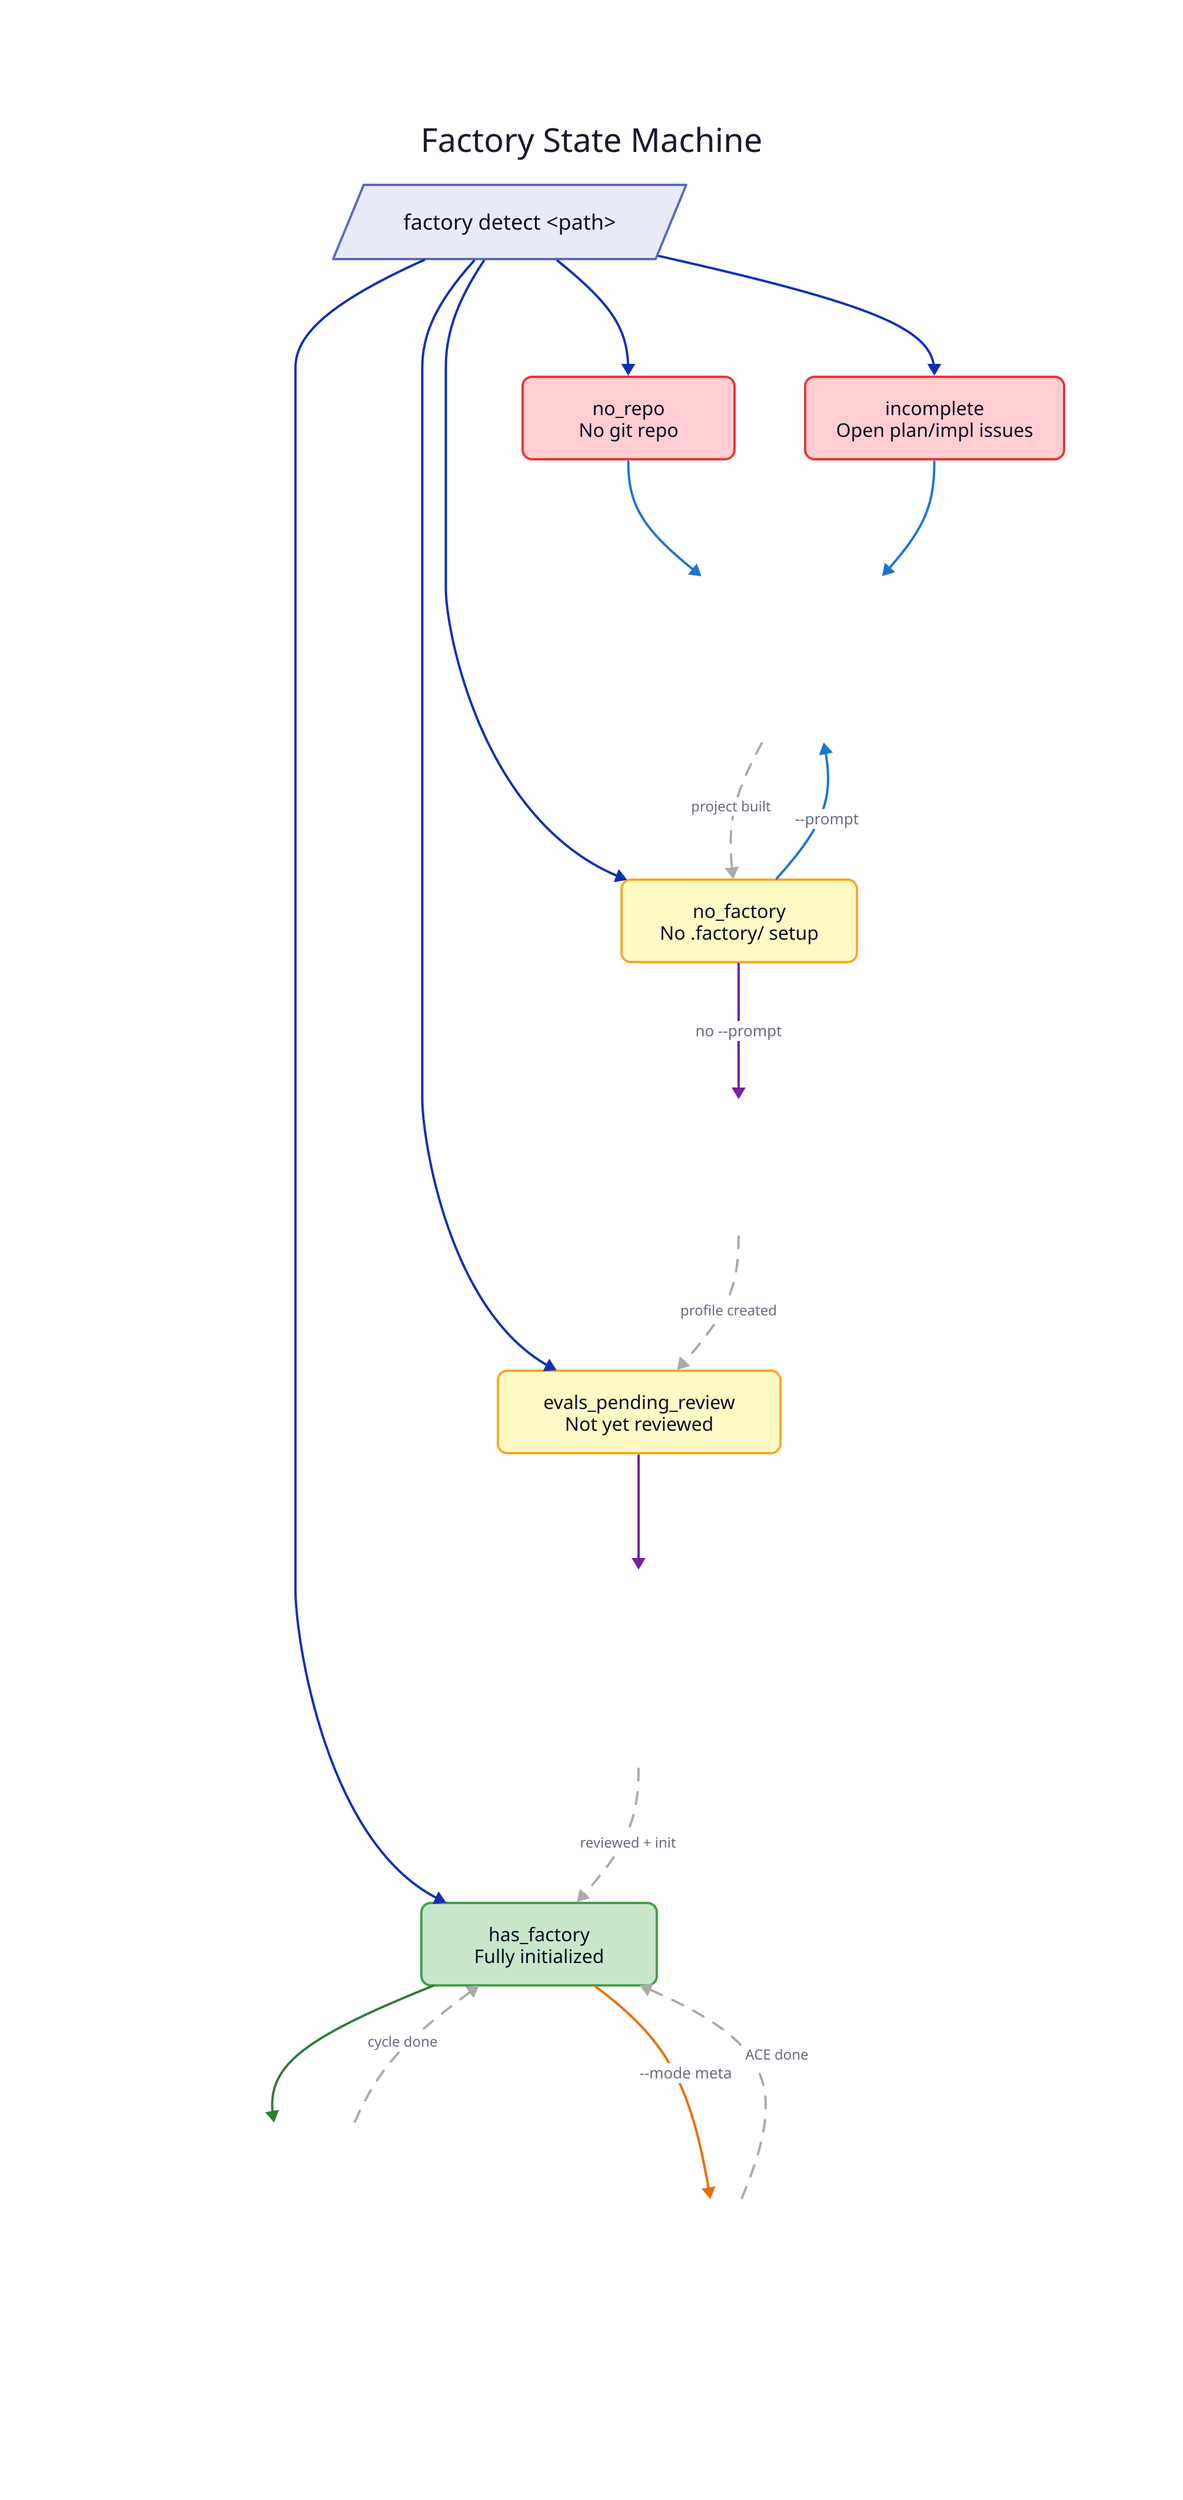
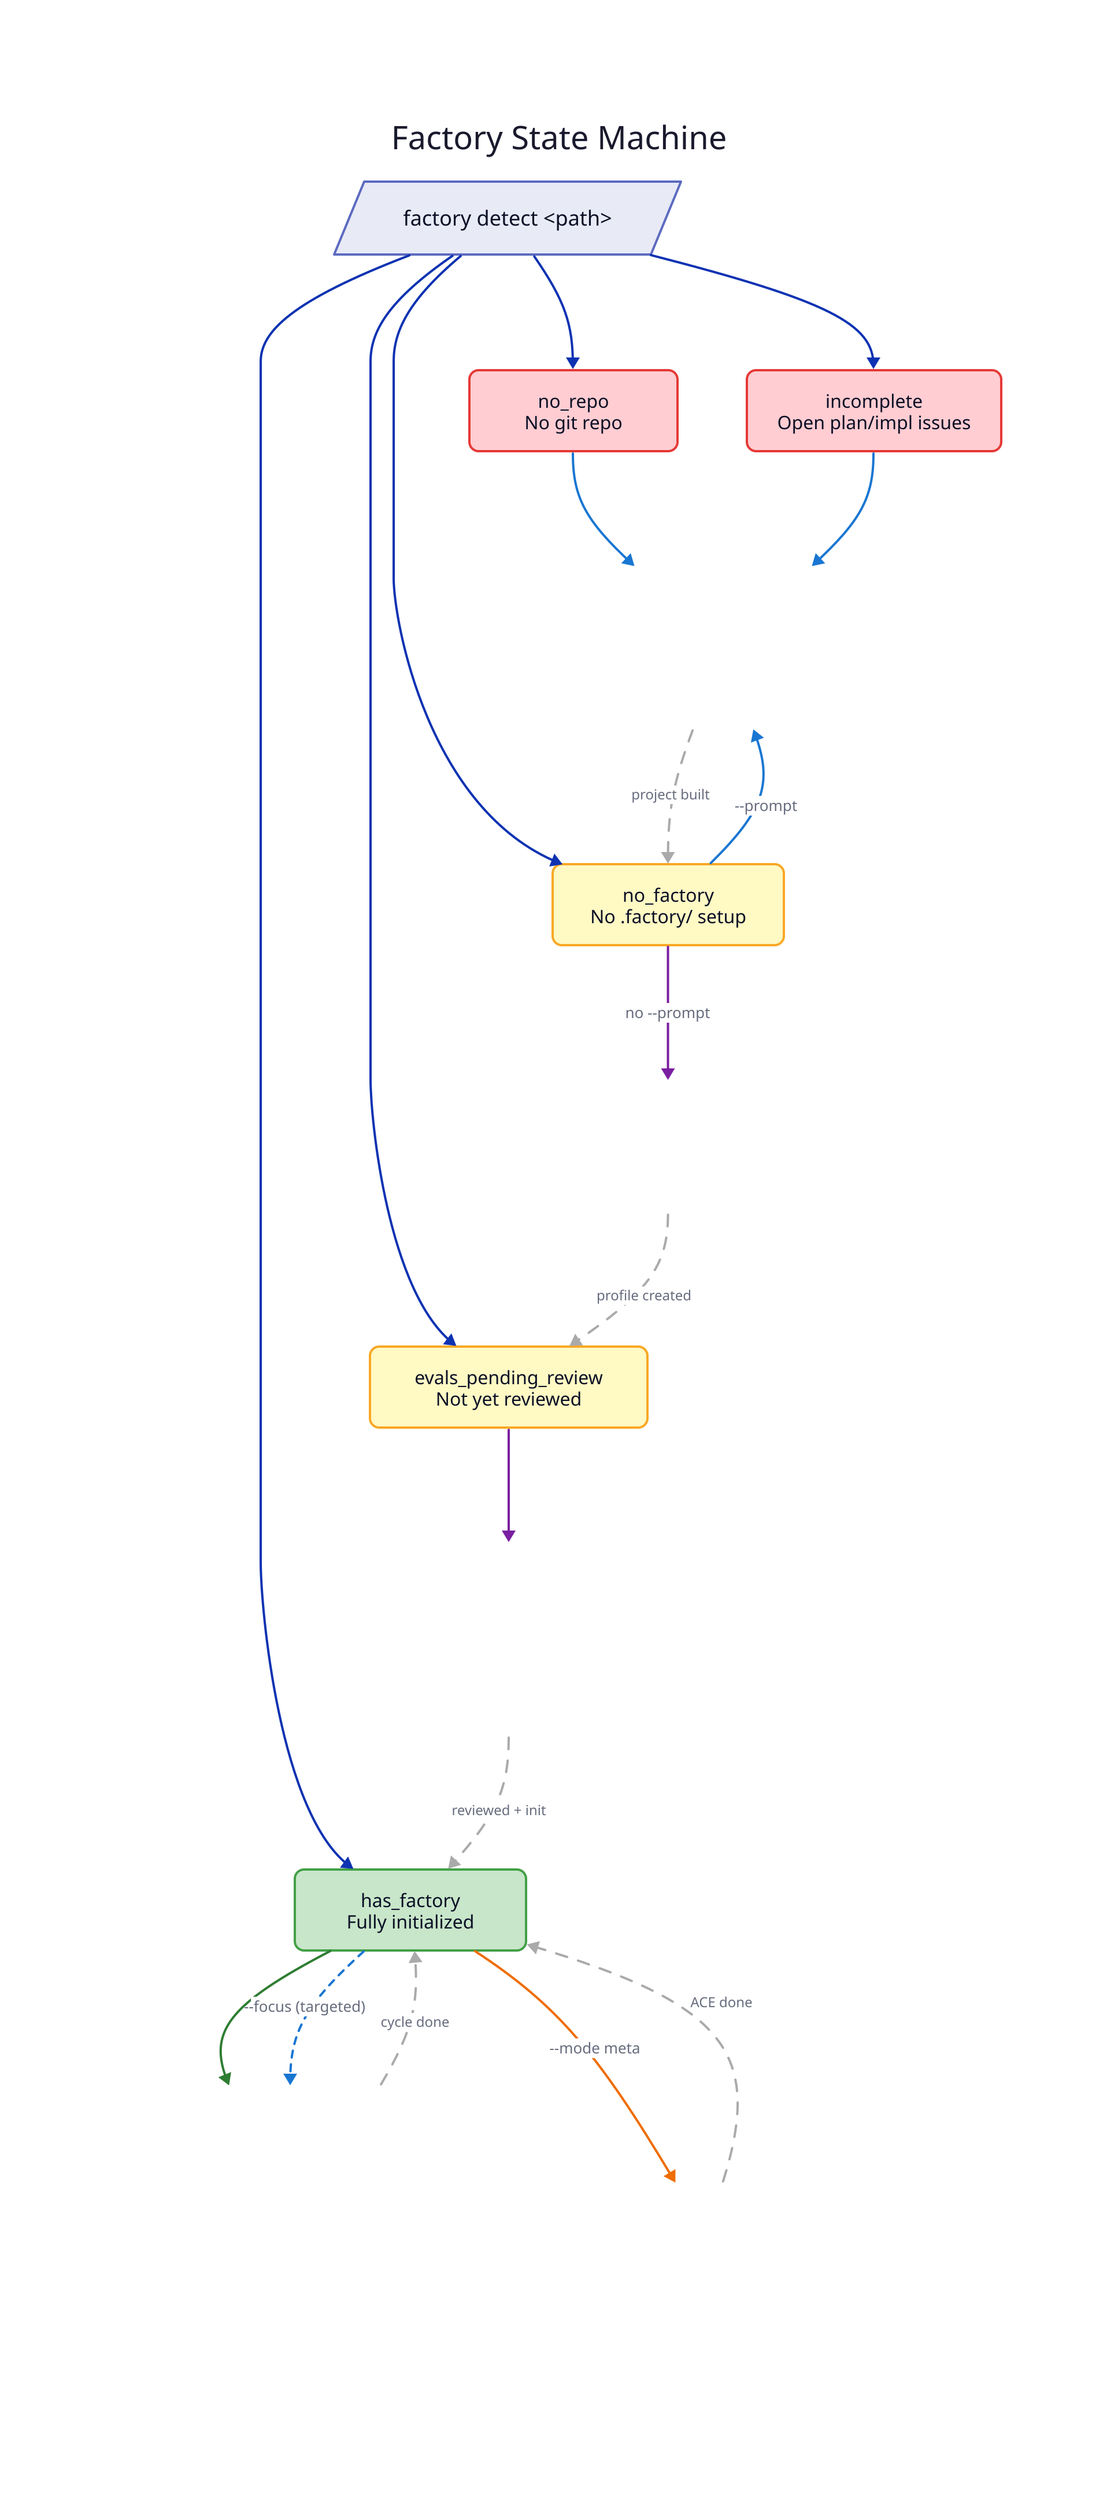
direction: down

title: {
  label: Factory State Machine
  near: top-center
  shape: text
  style: { font-size: 28; bold: true; font-color: "#1a1a2e" }
}

detect: {
  label: "factory detect <path>"
  shape: parallelogram
  style: { fill: "#e8eaf6"; stroke: "#5c6bc0"; border-radius: 6; font-size: 18; bold: true }
  width: 300
}

# ── States ────────────────────────────────────────

no_repo: {
  label: "no_repo\nNo git repo"
  shape: rectangle
  style: { fill: "#ffcdd2"; stroke: "#e53935"; border-radius: 8; font-size: 16 }
  width: 180
  height: 70
}

incomplete: {
  label: "incomplete\nOpen plan/impl issues"
  shape: rectangle
  style: { fill: "#ffcdd2"; stroke: "#e53935"; border-radius: 8; font-size: 16 }
  width: 220
  height: 70
}

no_factory: {
  label: "no_factory\nNo .factory/ setup"
  shape: rectangle
  style: { fill: "#fff9c4"; stroke: "#f9a825"; border-radius: 8; font-size: 16 }
  width: 200
  height: 70
}

evals_pending: {
  label: "evals_pending_review\nNot yet reviewed"
  shape: rectangle
  style: { fill: "#fff9c4"; stroke: "#f9a825"; border-radius: 8; font-size: 16 }
  width: 240
  height: 70
}

has_factory: {
  label: "has_factory\nFully initialized"
  shape: rectangle
  style: { fill: "#c8e6c9"; stroke: "#43a047"; border-radius: 8; font-size: 16 }
  width: 200
  height: 70
}

# ── Modes ─────────────────────────────────────────

build: {
  label: |md
    **Build Mode**
    1. Researcher → research
    2. Strategist → phased plan
    3. Builder → implement phases
    4. E2E verification gate
  |
  shape: rectangle
  style: { fill: "#e3f2fd"; stroke: "#1976d2"; border-radius: 12; font-size: 15 }
  width: 280
}

discover: {
  label: |md
    **Discover Mode**
    1. Introspect project
    2. Auto-detect eval dims
    3. Generate eval/score.py
  |
  shape: rectangle
  style: { fill: "#f3e5f5"; stroke: "#7b1fa2"; border-radius: 12; font-size: 15 }
  width: 260
}

review: {
  label: |md
    **Review Mode**
    1. Test eval dimensions
    2. Fix broken ones
    3. Mark human_reviewed
    4. Init factory store
    5. Baseline eval
  |
  shape: rectangle
  style: { fill: "#f3e5f5"; stroke: "#7b1fa2"; border-radius: 12; font-size: 15 }
  width: 260
}

improve: {
  label: |md
    **Improve Mode** *(core loop)*
    1. Observe → Researcher
    2. Hypothesize → Strategist
    3. Execute → Builder
    4. Guard → Reviewer
    5. Measure → Evaluator
    6. Decide → Precheck + CEO
    7. Record → Archivist
+ 
+     *--focus: single hypothesis, early exit*
  |
  shape: rectangle
  style: { fill: "#e8f5e9"; stroke: "#2e7d32"; border-radius: 12; font-size: 15 }
  width: 300
}

meta: {
  label: |md
    **Meta Mode**
    1. Full Improve loop on factory itself
    2. ACE playbook evolution for all roles
  |
  shape: rectangle
  style: { fill: "#fff3e0"; stroke: "#ef6c00"; border-radius: 12; font-size: 15 }
  width: 300
}

# ── detect → states ──────────────────────────────

detect -> no_repo
detect -> incomplete
detect -> no_factory
detect -> evals_pending
detect -> has_factory

# ── states → modes ───────────────────────────────

no_repo -> build {
  style: { stroke: "#1976d2"; stroke-width: 2 }
}
incomplete -> build {
  style: { stroke: "#1976d2"; stroke-width: 2 }
}
no_factory -> discover: "no --prompt" {
  style: { stroke: "#7b1fa2"; stroke-width: 2; font-size: 13 }
}
no_factory -> build: "--prompt" {
  style: { stroke: "#1976d2"; stroke-width: 2; font-size: 13 }
}
evals_pending -> review {
  style: { stroke: "#7b1fa2"; stroke-width: 2 }
}
has_factory -> improve {
  style: { stroke: "#2e7d32"; stroke-width: 2 }
}
+ has_factory -> improve: "--focus (targeted)" {
+   style: { stroke: "#1976d2"; stroke-width: 2; font-size: 13; stroke-dash: 3 }
+ }
has_factory -> meta: "--mode meta" {
  style: { stroke: "#ef6c00"; stroke-width: 2; font-size: 13 }
}

# ── transitions back (dashed) ────────────────────

build -> no_factory: "project built" {
  style: { stroke-dash: 5; stroke: "#aaa"; font-size: 12 }
}
discover -> evals_pending: "profile created" {
  style: { stroke-dash: 5; stroke: "#aaa"; font-size: 12 }
}
review -> has_factory: "reviewed + init" {
  style: { stroke-dash: 5; stroke: "#aaa"; font-size: 12 }
}
improve -> has_factory: "cycle done" {
  style: { stroke-dash: 5; stroke: "#aaa"; font-size: 12 }
}
meta -> has_factory: "ACE done" {
  style: { stroke-dash: 5; stroke: "#aaa"; font-size: 12 }
}
